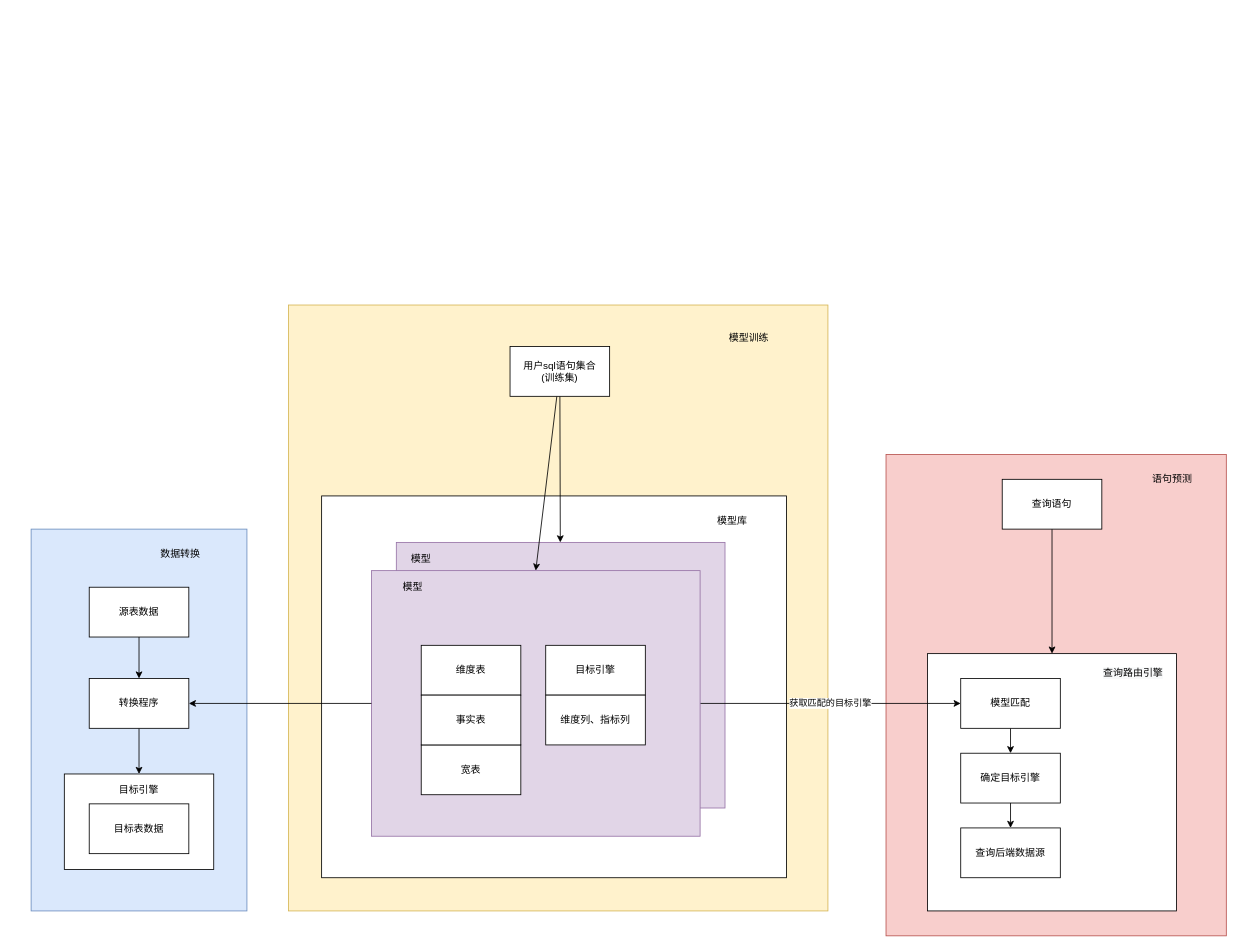
cloudnativecube/octopus keeps this draw.io diagram as page "模型" (2 of 2) of design/cube.drawio. Above is the earlier version. Source tidied: cells renumbered, new cells numbered last; positions are measured from the earlier drawing's top-left corner, leaving out a move shared by most shapes. Both pictures are drawn from the tidied source at 83%, with x=0, y=0 at pixel (31, 305).
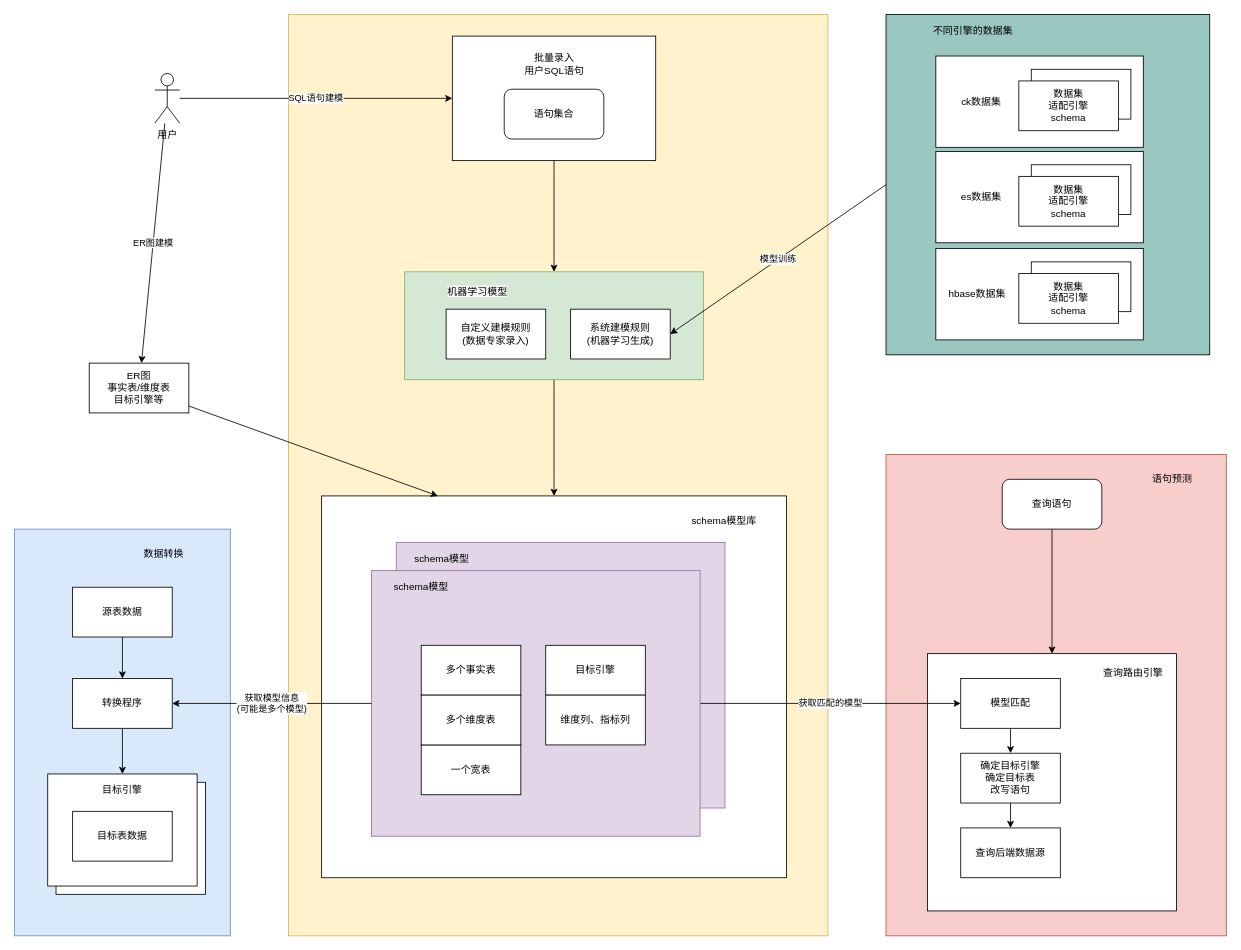
After the change.

The change refers to these unchanged cells:
```xml
<mxCell id="5" style="rounded=0;whiteSpace=wrap;html=1;" parent="1" vertex="1">
  <mxGeometry x="350" y="230" width="560" height="460" as="geometry" />
</mxCell>
<mxCell id="6" style="rounded=0;whiteSpace=wrap;html=1;fillColor=#e1d5e7;strokeColor=#9673a6;" parent="1" vertex="1">
  <mxGeometry x="440" y="286" width="396" height="320" as="geometry" />
</mxCell>
<mxCell id="8" style="rounded=0;whiteSpace=wrap;html=1;fillColor=#e1d5e7;strokeColor=#9673a6;" parent="1" vertex="1">
  <mxGeometry x="410" y="320" width="396" height="320" as="geometry" />
</mxCell>
<mxCell id="21" value="模型匹配" style="rounded=0;whiteSpace=wrap;html=1;" parent="1" vertex="1">
  <mxGeometry x="1120" y="450" width="120" height="60" as="geometry" />
</mxCell>
```

What changed in the source:
```diff
@@
+    <mxCell id="30" style="rounded=0;whiteSpace=wrap;html=1;fillColor=#dae8fc;strokeColor=#6c8ebf;" parent="1" vertex="1">
+      <mxGeometry x="-20" y="270" width="260" height="490" as="geometry" />
+    </mxCell>
+    <mxCell id="40" style="rounded=0;whiteSpace=wrap;html=1;" parent="1" vertex="1">
+      <mxGeometry x="30" y="575" width="180" height="135" as="geometry" />
+    </mxCell>
+    <mxCell id="41" style="rounded=0;whiteSpace=wrap;html=1;fillColor=#9AC7BF;" parent="1" vertex="1">
+      <mxGeometry x="1030" y="-350" width="390" height="410" as="geometry" />
+    </mxCell>
+    <mxCell id="42" style="rounded=0;whiteSpace=wrap;html=1;" parent="1" vertex="1">
+      <mxGeometry x="1090" y="-300" width="250" height="110" as="geometry" />
+    </mxCell>
+    <mxCell id="3" style="rounded=0;whiteSpace=wrap;html=1;fillColor=#fff2cc;strokeColor=#d6b656;" parent="1" vertex="1">
+      <mxGeometry x="310" y="-350" width="650" height="1110" as="geometry" />
+    </mxCell>
+    <mxCell id="43" style="edgeStyle=none;rounded=0;jettySize=auto;html=1;entryX=0.5;entryY=0;entryDx=0;entryDy=0;exitX=0.5;exitY=1;exitDx=0;exitDy=0;" parent="1" edge="1" source="44" target="5">
+      <mxGeometry relative="1" as="geometry" />
+    </mxCell>
+    <mxCell id="44" style="rounded=0;whiteSpace=wrap;html=1;fillColor=#d5e8d4;strokeColor=#82b366;" parent="1" vertex="1">
+      <mxGeometry x="450" y="-40" width="360" height="130" as="geometry" />
+    </mxCell>
+    <mxCell id="45" style="rounded=0;whiteSpace=wrap;html=1;" parent="1" vertex="1">
+      <mxGeometry x="1205" y="-284" width="120" height="60" as="geometry" />
+    </mxCell>
+    <mxCell id="46" style="rounded=0;jettySize=auto;html=1;entryX=0.5;entryY=0;entryDx=0;entryDy=0;" parent="1" edge="1" source="47" target="44">
+      <mxGeometry relative="1" as="geometry" />
+    </mxCell>
+    <mxCell id="47" style="rounded=0;whiteSpace=wrap;html=1;" parent="1" vertex="1">
+      <mxGeometry x="507.5" y="-324" width="245" height="150" as="geometry" />
+    </mxCell>
@@
-    <mxCell id="3" style="rounded=0;whiteSpace=wrap;html=1;fillColor=#fff2cc;strokeColor=#d6b656;" parent="1" vertex="1">
-      <mxGeometry x="310" width="650" height="730" as="geometry" />
-    </mxCell>
@@
-    <mxCell id="7" value="获取匹配的目标引擎" style="edgeStyle=none;rounded=0;jettySize=auto;html=1;entryX=0;entryY=0.5;entryDx=0;entryDy=0;" parent="1" edge="1" source="8" target="21">
+    <mxCell id="7" value="获取匹配的模型" style="edgeStyle=none;rounded=0;jettySize=auto;html=1;entryX=0;entryY=0.5;entryDx=0;entryDy=0;" parent="1" edge="1" source="8" target="21">
       <mxGeometry relative="1" as="geometry" />
     </mxCell>
@@
-    <mxCell id="9" value="宽表" style="rounded=0;whiteSpace=wrap;html=1;" parent="1" vertex="1">
+    <mxCell id="9" value="一个宽表" style="rounded=0;whiteSpace=wrap;html=1;" parent="1" vertex="1">
       <mxGeometry x="470" y="530" width="120" height="60" as="geometry" />
     </mxCell>
-    <mxCell id="10" style="rounded=0;jettySize=auto;html=1;" parent="1" edge="1" source="12" target="6">
-      <mxGeometry relative="1" as="geometry" />
-    </mxCell>
-    <mxCell id="11" style="edgeStyle=none;rounded=0;jettySize=auto;html=1;entryX=0.5;entryY=0;entryDx=0;entryDy=0;" parent="1" edge="1" source="12" target="8">
-      <mxGeometry relative="1" as="geometry" />
-    </mxCell>
-    <mxCell id="12" value="用户sql语句集合&lt;br&gt;(训练集)" style="rounded=0;whiteSpace=wrap;html=1;" parent="1" vertex="1">
-      <mxGeometry x="577" y="50" width="120" height="60" as="geometry" />
-    </mxCell>
@@
-    <mxCell id="14" value="维度表" style="rounded=0;whiteSpace=wrap;html=1;" parent="1" vertex="1">
+    <mxCell id="14" value="&lt;span&gt;多个事实表&lt;/span&gt;" style="rounded=0;whiteSpace=wrap;html=1;" parent="1" vertex="1">
       <mxGeometry x="470" y="410" width="120" height="60" as="geometry" />
     </mxCell>
-    <mxCell id="15" value="事实表" style="rounded=0;whiteSpace=wrap;html=1;" parent="1" vertex="1">
+    <mxCell id="15" value="多个维度表" style="rounded=0;whiteSpace=wrap;html=1;" parent="1" vertex="1">
       <mxGeometry x="470" y="470" width="120" height="60" as="geometry" />
     </mxCell>
-    <mxCell id="16" value="模型" style="text;html=1;strokeColor=none;fillColor=none;align=center;verticalAlign=middle;whiteSpace=wrap;rounded=0;" parent="1" vertex="1">
-      <mxGeometry x="440" y="330" width="40" height="20" as="geometry" />
+    <mxCell id="16" value="schema模型" style="text;html=1;strokeColor=none;fillColor=none;align=center;verticalAlign=middle;whiteSpace=wrap;rounded=0;" parent="1" vertex="1">
+      <mxGeometry x="430" y="330" width="80" height="20" as="geometry" />
     </mxCell>
@@
-    <mxCell id="19" value="查询语句&lt;br&gt;" style="rounded=0;whiteSpace=wrap;html=1;" parent="1" vertex="1">
+    <mxCell id="19" value="查询语句&lt;br&gt;" style="rounded=1;whiteSpace=wrap;html=1;" parent="1" vertex="1">
       <mxGeometry x="1170" y="210" width="120" height="60" as="geometry" />
     </mxCell>
@@
     <mxCell id="22" value="&lt;span style=&quot;color: rgb(0, 0, 0); font-family: helvetica; font-size: 12px; font-style: normal; font-weight: 400; letter-spacing: normal; text-align: center; text-indent: 0px; text-transform: none; word-spacing: 0px; background-color: rgb(248, 249, 250); display: inline; float: none;&quot;&gt;查询路由引擎&lt;/span&gt;" style="text;whiteSpace=wrap;html=1;" parent="1" vertex="1">
-      <mxGeometry x="1290" y="430" width="80" height="20" as="geometry" />
+      <mxGeometry x="1290" y="430" width="80" height="30" as="geometry" />
     </mxCell>
-    <mxCell id="23" value="模型库" style="text;html=1;strokeColor=none;fillColor=none;align=center;verticalAlign=middle;whiteSpace=wrap;rounded=0;" parent="1" vertex="1">
-      <mxGeometry x="810" y="250" width="70" height="20" as="geometry" />
+    <mxCell id="23" value="schema模型库" style="text;html=1;strokeColor=none;fillColor=none;align=center;verticalAlign=middle;whiteSpace=wrap;rounded=0;" parent="1" vertex="1">
+      <mxGeometry x="790" y="250" width="90" height="20" as="geometry" />
     </mxCell>
-    <mxCell id="24" value="模型训练" style="text;html=1;strokeColor=none;fillColor=none;align=center;verticalAlign=middle;whiteSpace=wrap;rounded=0;" parent="1" vertex="1">
-      <mxGeometry x="830" y="30" width="70" height="20" as="geometry" />
-    </mxCell>
@@
-    <mxCell id="27" value="确定目标引擎" style="rounded=0;whiteSpace=wrap;html=1;" parent="1" vertex="1">
+    <mxCell id="27" value="确定目标引擎&lt;br&gt;确定目标表&lt;br&gt;改写语句" style="rounded=0;whiteSpace=wrap;html=1;" parent="1" vertex="1">
       <mxGeometry x="1120" y="540" width="120" height="60" as="geometry" />
     </mxCell>
@@
-    <mxCell id="29" value="模型" style="text;html=1;strokeColor=none;fillColor=none;align=center;verticalAlign=middle;whiteSpace=wrap;rounded=0;" parent="1" vertex="1">
-      <mxGeometry x="450" y="296" width="40" height="20" as="geometry" />
+    <mxCell id="29" value="schema模型" style="text;html=1;strokeColor=none;fillColor=none;align=center;verticalAlign=middle;whiteSpace=wrap;rounded=0;" parent="1" vertex="1">
+      <mxGeometry x="450" y="296" width="90" height="20" as="geometry" />
     </mxCell>
-    <mxCell id="30" style="rounded=0;whiteSpace=wrap;html=1;fillColor=#dae8fc;strokeColor=#6c8ebf;" parent="1" vertex="1">
-      <mxGeometry y="270" width="260" height="460" as="geometry" />
-    </mxCell>
     <mxCell id="31" value="数据转换" style="text;html=1;strokeColor=none;fillColor=none;align=center;verticalAlign=middle;whiteSpace=wrap;rounded=0;" parent="1" vertex="1">
-      <mxGeometry x="150" y="290" width="60" height="20" as="geometry" />
+      <mxGeometry x="130" y="290" width="60" height="20" as="geometry" />
     </mxCell>
@@
     <mxCell id="33" value="源表数据" style="rounded=0;whiteSpace=wrap;html=1;" parent="1" vertex="1">
-      <mxGeometry x="70" y="340" width="120" height="60" as="geometry" />
+      <mxGeometry x="50" y="340" width="120" height="60" as="geometry" />
     </mxCell>
     <mxCell id="34" style="rounded=0;whiteSpace=wrap;html=1;" parent="1" vertex="1">
-      <mxGeometry x="40" y="565" width="180" height="115" as="geometry" />
+      <mxGeometry x="20" y="565" width="180" height="135" as="geometry" />
     </mxCell>
     <mxCell id="35" value="目标表数据" style="rounded=0;whiteSpace=wrap;html=1;" parent="1" vertex="1">
-      <mxGeometry x="70" y="601" width="120" height="60" as="geometry" />
+      <mxGeometry x="50" y="610" width="120" height="60" as="geometry" />
     </mxCell>
     <mxCell id="36" value="目标引擎" style="text;html=1;strokeColor=none;fillColor=none;align=center;verticalAlign=middle;whiteSpace=wrap;rounded=0;" parent="1" vertex="1">
-      <mxGeometry x="100" y="575" width="60" height="20" as="geometry" />
+      <mxGeometry x="80" y="575" width="60" height="20" as="geometry" />
     </mxCell>
@@
     <mxCell id="38" value="转换程序" style="rounded=0;whiteSpace=wrap;html=1;" parent="1" vertex="1">
-      <mxGeometry x="70" y="450" width="120" height="60" as="geometry" />
+      <mxGeometry x="50" y="450" width="120" height="60" as="geometry" />
     </mxCell>
-    <mxCell id="39" style="edgeStyle=none;rounded=0;jettySize=auto;html=1;entryX=1;entryY=0.5;entryDx=0;entryDy=0;" parent="1" edge="1" source="8" target="38">
+    <mxCell id="39" value="获取模型信息&lt;br&gt;(可能是多个模型)" style="edgeStyle=none;rounded=0;jettySize=auto;html=1;entryX=1;entryY=0.5;entryDx=0;entryDy=0;" parent="1" edge="1" source="8" target="38">
       <mxGeometry relative="1" as="geometry" />
     </mxCell>
+    <mxCell id="48" value="语句集合" style="rounded=1;whiteSpace=wrap;html=1;" parent="1" vertex="1">
+      <mxGeometry x="570" y="-260" width="120" height="60" as="geometry" />
+    </mxCell>
+    <mxCell id="49" value="批量录入&lt;br&gt;用户SQL语句" style="text;html=1;strokeColor=none;fillColor=none;align=center;verticalAlign=middle;whiteSpace=wrap;rounded=0;" parent="1" vertex="1">
+      <mxGeometry x="587.5" y="-305" width="85" height="30" as="geometry" />
+    </mxCell>
+    <mxCell id="50" value="系统建模规则&lt;br&gt;(机器学习生成)" style="rounded=0;whiteSpace=wrap;html=1;" parent="1" vertex="1">
+      <mxGeometry x="650" y="5" width="120" height="60" as="geometry" />
+    </mxCell>
+    <mxCell id="24" value="模型训练" style="edgeStyle=none;rounded=0;jettySize=auto;html=1;entryX=1;entryY=0.5;entryDx=0;entryDy=0;exitX=0;exitY=0.5;exitDx=0;exitDy=0;" parent="1" edge="1" source="41" target="50">
+      <mxGeometry relative="1" as="geometry" />
+    </mxCell>
+    <mxCell id="51" value="数据集&lt;br&gt;适配引擎&lt;br&gt;schema" style="rounded=0;whiteSpace=wrap;html=1;" parent="1" vertex="1">
+      <mxGeometry x="1190" y="-270" width="120" height="60" as="geometry" />
+    </mxCell>
+    <mxCell id="52" value="&lt;span style=&quot;color: rgb(0 , 0 , 0) ; font-family: &amp;#34;helvetica&amp;#34; ; font-size: 12px ; font-style: normal ; font-weight: 400 ; letter-spacing: normal ; text-align: center ; text-indent: 0px ; text-transform: none ; word-spacing: 0px ; background-color: rgb(248 , 249 , 250) ; display: inline ; float: none&quot;&gt;机器学习模型&lt;/span&gt;" style="text;whiteSpace=wrap;html=1;" parent="1" vertex="1">
+      <mxGeometry x="500" y="-30" width="80" height="20" as="geometry" />
+    </mxCell>
+    <mxCell id="53" value="自定义建模规则&lt;br&gt;(数据专家录入)" style="rounded=0;whiteSpace=wrap;html=1;" parent="1" vertex="1">
+      <mxGeometry x="500" y="5" width="120" height="60" as="geometry" />
+    </mxCell>
+    <mxCell id="54" value="不同引擎的数据集" style="text;html=1;strokeColor=none;fillColor=none;align=center;verticalAlign=middle;whiteSpace=wrap;rounded=0;" parent="1" vertex="1">
+      <mxGeometry x="1080" y="-340" width="110" height="20" as="geometry" />
+    </mxCell>
+    <mxCell id="55" style="edgeStyle=none;rounded=0;jettySize=auto;html=1;entryX=0.25;entryY=0;entryDx=0;entryDy=0;" parent="1" edge="1" source="56" target="5">
+      <mxGeometry relative="1" as="geometry" />
+    </mxCell>
+    <mxCell id="56" value="ER图&lt;br&gt;事实表/维度表&lt;br&gt;目标引擎等" style="rounded=0;whiteSpace=wrap;html=1;" parent="1" vertex="1">
+      <mxGeometry x="70" y="70" width="120" height="60" as="geometry" />
+    </mxCell>
+    <mxCell id="57" value="ER图建模" style="edgeStyle=none;rounded=0;jettySize=auto;html=1;" parent="1" edge="1" source="59" target="56">
+      <mxGeometry relative="1" as="geometry" />
+    </mxCell>
+    <mxCell id="58" value="SQL语句建模" style="edgeStyle=none;rounded=0;jettySize=auto;html=1;entryX=0;entryY=0.5;entryDx=0;entryDy=0;" parent="1" edge="1" source="59" target="47">
+      <mxGeometry relative="1" as="geometry" />
+    </mxCell>
+    <mxCell id="59" value="用户" style="shape=umlActor;verticalLabelPosition=bottom;verticalAlign=top;html=1;outlineConnect=0;rounded=1;" parent="1" vertex="1">
+      <mxGeometry x="149" y="-279" width="30" height="60" as="geometry" />
+    </mxCell>
+    <mxCell id="60" value="ck数据集" style="text;html=1;strokeColor=none;fillColor=none;align=center;verticalAlign=middle;whiteSpace=wrap;rounded=0;" parent="1" vertex="1">
+      <mxGeometry x="1110" y="-255" width="70" height="20" as="geometry" />
+    </mxCell>
+    <mxCell id="61" style="rounded=0;whiteSpace=wrap;html=1;" parent="1" vertex="1">
+      <mxGeometry x="1090" y="-185" width="250" height="110" as="geometry" />
+    </mxCell>
+    <mxCell id="62" style="rounded=0;whiteSpace=wrap;html=1;" parent="1" vertex="1">
+      <mxGeometry x="1205" y="-169" width="120" height="60" as="geometry" />
+    </mxCell>
+    <mxCell id="63" value="数据集&lt;br&gt;适配引擎&lt;br&gt;schema" style="rounded=0;whiteSpace=wrap;html=1;" parent="1" vertex="1">
+      <mxGeometry x="1190" y="-155" width="120" height="60" as="geometry" />
+    </mxCell>
+    <mxCell id="64" value="es数据集" style="text;html=1;strokeColor=none;fillColor=none;align=center;verticalAlign=middle;whiteSpace=wrap;rounded=0;" parent="1" vertex="1">
+      <mxGeometry x="1110" y="-140" width="70" height="20" as="geometry" />
+    </mxCell>
+    <mxCell id="65" style="rounded=0;whiteSpace=wrap;html=1;" parent="1" vertex="1">
+      <mxGeometry x="1090" y="-68" width="250" height="110" as="geometry" />
+    </mxCell>
+    <mxCell id="66" style="rounded=0;whiteSpace=wrap;html=1;" parent="1" vertex="1">
+      <mxGeometry x="1205" y="-52" width="120" height="60" as="geometry" />
+    </mxCell>
+    <mxCell id="67" value="数据集&lt;br&gt;适配引擎&lt;br&gt;schema" style="rounded=0;whiteSpace=wrap;html=1;" parent="1" vertex="1">
+      <mxGeometry x="1190" y="-38" width="120" height="60" as="geometry" />
+    </mxCell>
+    <mxCell id="68" value="hbase数据集" style="text;html=1;strokeColor=none;fillColor=none;align=center;verticalAlign=middle;whiteSpace=wrap;rounded=0;" parent="1" vertex="1">
+      <mxGeometry x="1100" y="-23" width="80" height="20" as="geometry" />
+    </mxCell>
```
